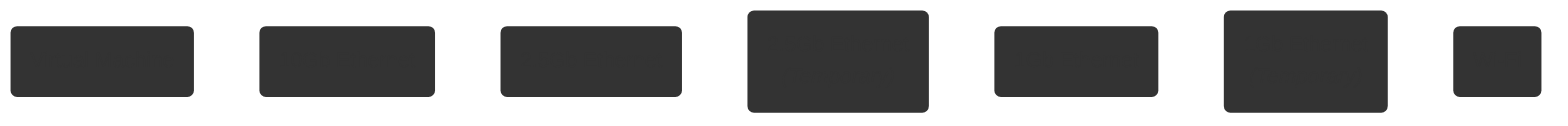
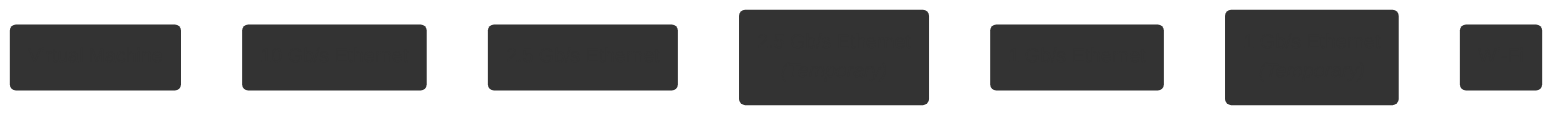
%%{
  init: {
    "themeCSS": ".node.isp rect, .node.isp polygon, .node.isp circle, .node.isp path { fill: var(--isp-bg) !important; stroke: var(--isp-border) !important; stroke-width: 2px !important; } .node.multi rect, .node.multi polygon, .node.multi circle, .node.multi path { fill: var(--multi-bg) !important; stroke: var(--multi-border) !important; stroke-width: 2px !important; } .node.tenGb rect, .node.tenGb polygon, .node.tenGb circle, .node.tenGb path { fill: var(--tengb-bg) !important; stroke: var(--tengb-border) !important; stroke-width: 2px !important; } .node.twoFiveGb rect, .node.twoFiveGb polygon, .node.twoFiveGb circle, .node.twoFiveGb path { fill: var(--twofivegb-bg) !important; stroke: var(--twofivegb-border) !important; stroke-width: 2px !important; } .node.twoFiveGbTemp rect, .node.twoFiveGbTemp polygon, .node.twoFiveGbTemp circle, .node.twoFiveGbTemp path { fill: var(--twofivegb-bg) !important; stroke: var(--twofivegb-border) !important; stroke-width: 2px !important; stroke-dasharray: 5 5 !important; } .node.gigabit rect, .node.gigabit polygon, .node.gigabit circle, .node.gigabit path { fill: var(--gigabit-bg) !important; stroke: var(--gigabit-border) !important; stroke-width: 2px !important; } .node.gigabitTemp rect, .node.gigabitTemp polygon, .node.gigabitTemp circle, .node.gigabitTemp path { fill: var(--gigabit-bg) !important; stroke: var(--gigabit-border) !important; stroke-width: 2px !important; stroke-dasharray: 5 5 !important; } .node.wifi rect, .node.wifi polygon, .node.wifi circle, .node.wifi path { fill: var(--wifi-bg) !important; stroke: var(--wifi-border) !important; stroke-width: 2px !important; stroke-dasharray: 5 5 !important; } .nodeLabel { color: var(--node-text) !important; } .node text { fill: var(--node-text) !important; } .cluster rect { fill: var(--subgraph-bg) !important; stroke: var(--subgraph-border) !important; stroke-width: 1px !important; } .cluster-label text, .cluster text { fill: var(--node-text) !important; } .cluster-label span, .cluster span { color: var(--node-text) !important; } .edgeLabel, .edgeLabel span, .edgeLabel p, .labelBkg, .htmlLabel { background-color: var(--edge-bg) !important; color: var(--edge-text) !important; } .edgeLabel rect { fill: var(--edge-bg) !important; } .edgeLabel text { fill: var(--edge-text) !important; } .edgePath path, .flowchart-link { stroke: var(--edge-line) !important; } .marker path, .arrowheadPath { fill: var(--edge-line) !important; stroke: var(--edge-line) !important; }"
  }
}%%

graph
    %% --- Dummy Class Definitions (To register the classes on the SVGs) ---
    classDef isp fill: stroke:;
    classDef multi fill: stroke:;
    classDef tenGb fill: stroke:;
    classDef twoFiveGb fill: stroke:;
    classDef twoFiveGbTemp fill: stroke:;
    classDef gigabit fill: stroke:;
    classDef gigabitTemp fill: stroke:;
    classDef wifi fill: stroke:;

	%% --- Ledgend ---
	VM("Virtual Machine"):::multi
- 	TenGb("10Gb Ethernet"):::tenGb
- 	TwoFiveGb("2.5Gb Ethernet"):::twoFiveGb
- 	TwoFiveGbTemp("2.5Gb Ethernet<br><i>(Temporary)</i>"):::twoFiveGbTemp
- 	Gigabit("1Gb Ethernet"):::gigabit
- 	GigabitTemp("1Gb Ethernet<br><i>(Temporary)</i>"):::gigabitTemp
+ 	TenGb("10 Gb/s Ethernet"):::tenGb
+ 	TwoFiveGb("2.5 Gb/s Ethernet"):::twoFiveGb
+ 	TwoFiveGbTemp("2.5 Gb/s Ethernet<br><i>(Temporary)</i>"):::twoFiveGbTemp
+ 	Gigabit("1 Gb/s Ethernet"):::gigabit
+ 	GigabitTemp("1 Gb/s Ethernet<br><i>(Temporary)</i>"):::gigabitTemp
	WiFi("Wi-Fi"):::wifi